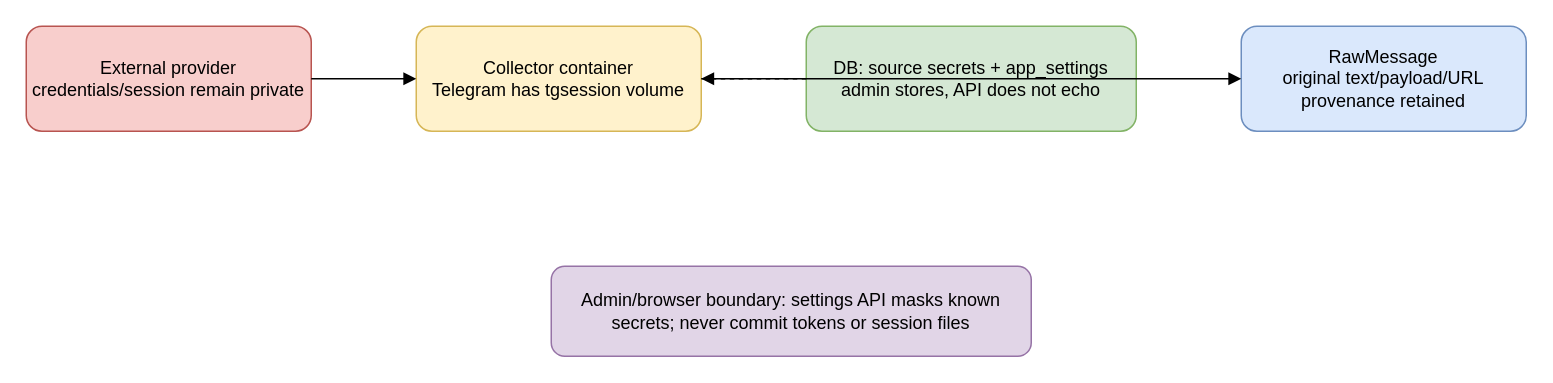
Earlier version of the draw.io diagram docs/diagrams/collector-data-boundaries.drawio (sql-monk/Puluj-g). Source tidied: cells renumbered, new cells numbered last; positions are measured from the earlier drawing's top-left corner, leaving out a move shared by most shapes. Both pictures are drawn from the tidied source at 150%, with x=0, y=0 at pixel (26, 26).
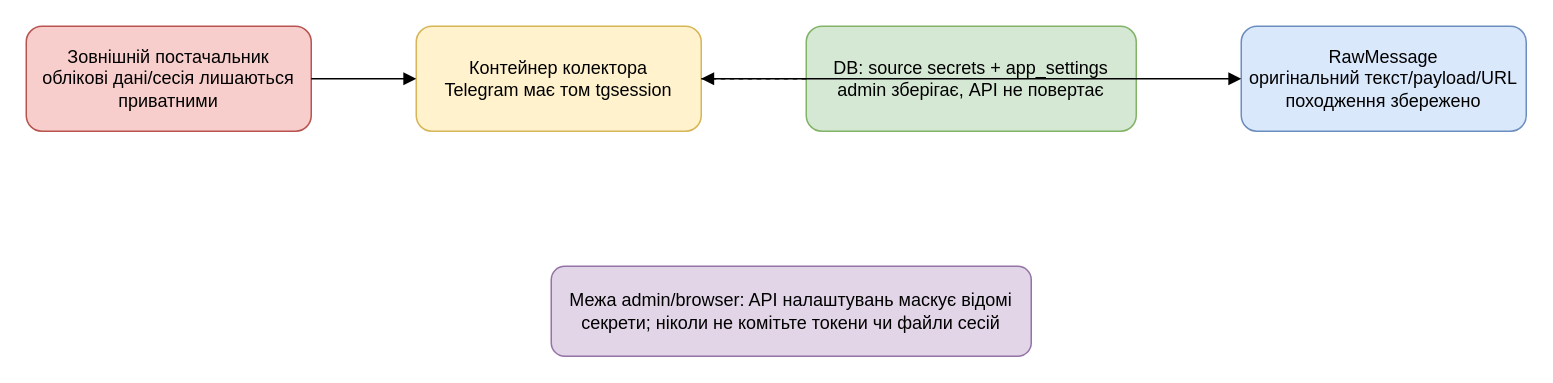
After the change.

Diff of the diagram source:
```diff
@@
 <mxGraphModel>
   <root>
     <mxCell id="0" />
     <mxCell id="1" parent="0" />
-    <mxCell id="2" value="External provider&#10;credentials/session remain private" style="rounded=1;whiteSpace=wrap;html=1;fillColor=#f8cecc;strokeColor=#b85450;" parent="1" vertex="1">
+    <mxCell id="2" value="Зовнішній постачальник&#10;облікові дані/сесія лишаються приватними" style="rounded=1;whiteSpace=wrap;html=1;fillColor=#f8cecc;strokeColor=#b85450;" parent="1" vertex="1">
       <mxGeometry width="190" height="70" as="geometry" />
     </mxCell>
-    <mxCell id="3" value="Collector container&#10;Telegram has tgsession volume" style="rounded=1;whiteSpace=wrap;html=1;fillColor=#fff2cc;strokeColor=#d6b656;" parent="1" vertex="1">
+    <mxCell id="3" value="Контейнер колектора&#10;Telegram має том tgsession" style="rounded=1;whiteSpace=wrap;html=1;fillColor=#fff2cc;strokeColor=#d6b656;" parent="1" vertex="1">
       <mxGeometry x="260" width="190" height="70" as="geometry" />
     </mxCell>
-    <mxCell id="4" value="DB: source secrets + app_settings&#10;admin stores, API does not echo" style="rounded=1;whiteSpace=wrap;html=1;fillColor=#d5e8d4;strokeColor=#82b366;" parent="1" vertex="1">
+    <mxCell id="4" value="DB: source secrets + app_settings&#10;admin зберігає, API не повертає" style="rounded=1;whiteSpace=wrap;html=1;fillColor=#d5e8d4;strokeColor=#82b366;" parent="1" vertex="1">
       <mxGeometry x="520" width="220" height="70" as="geometry" />
     </mxCell>
-    <mxCell id="5" value="RawMessage&#10;original text/payload/URL&#10;provenance retained" style="rounded=1;whiteSpace=wrap;html=1;fillColor=#dae8fc;strokeColor=#6c8ebf;" parent="1" vertex="1">
+    <mxCell id="5" value="RawMessage&#10;оригінальний текст/payload/URL&#10;походження збережено" style="rounded=1;whiteSpace=wrap;html=1;fillColor=#dae8fc;strokeColor=#6c8ebf;" parent="1" vertex="1">
       <mxGeometry x="810" width="190" height="70" as="geometry" />
     </mxCell>
-    <mxCell id="6" value="Admin/browser boundary: settings API masks known secrets; never commit tokens or session files" style="rounded=1;whiteSpace=wrap;html=1;fillColor=#e1d5e7;strokeColor=#9673a6;" parent="1" vertex="1">
+    <mxCell id="6" value="Межа admin/browser: API налаштувань маскує відомі секрети; ніколи не комітьте токени чи файли сесій" style="rounded=1;whiteSpace=wrap;html=1;fillColor=#e1d5e7;strokeColor=#9673a6;" parent="1" vertex="1">
       <mxGeometry x="350" y="160" width="320" height="60" as="geometry" />
     </mxCell>
-    <mxCell id="7" style="endArrow=block;html=1;" parent="1" edge="1" source="2" target="3">
+    <mxCell id="7" style="edgeStyle=orthogonalEdgeStyle;rounded=0;endArrow=block;html=1;" parent="1" edge="1" source="2" target="3">
       <mxGeometry relative="1" as="geometry" />
     </mxCell>
-    <mxCell id="8" style="endArrow=block;html=1;dashed=1;" parent="1" edge="1" source="4" target="3">
+    <mxCell id="8" style="edgeStyle=orthogonalEdgeStyle;rounded=0;endArrow=block;html=1;dashed=1;" parent="1" edge="1" source="4" target="3">
       <mxGeometry relative="1" as="geometry" />
     </mxCell>
-    <mxCell id="9" style="endArrow=block;html=1;" parent="1" edge="1" source="3" target="5">
+    <mxCell id="9" style="edgeStyle=orthogonalEdgeStyle;rounded=0;endArrow=block;html=1;" parent="1" edge="1" source="3" target="5">
       <mxGeometry relative="1" as="geometry" />
     </mxCell>
   </root>
 </mxGraphModel>
```
